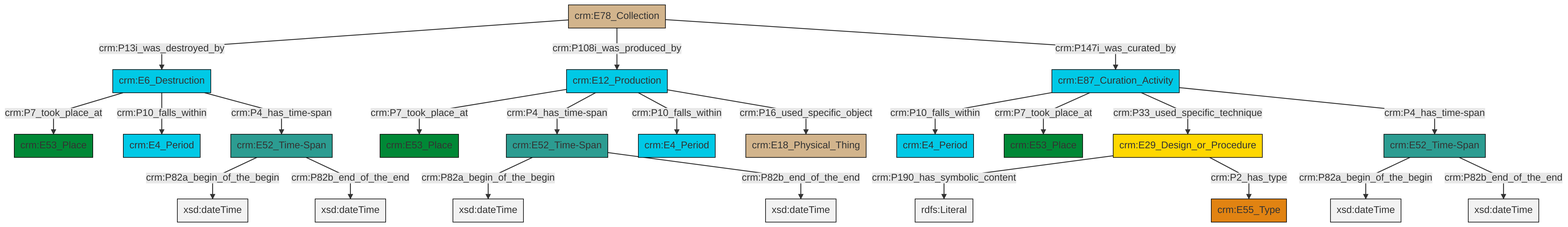
The Mermaid diagram et/archivalCSV/ttl/mmd/png/archival_existence.png in swiss-art-research-net/docs.swissartresearch, before a commit. Its source is kept beside it as et/archivalCSV/ttl/mmd/archival_existence.ttl.mmd.
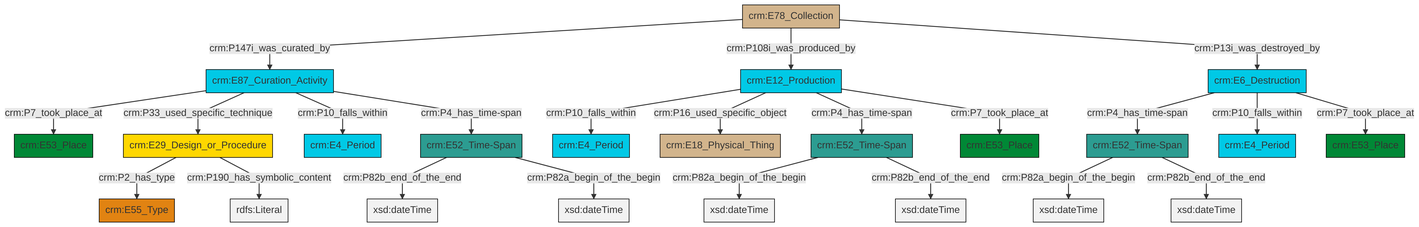
Later version of the same file.

Change to the diagram source:
```diff
@@ -13,25 +13,25 @@
 classDef PC_Classes fill:#4ce600, stroke:#000000;
 classDef Multi fill:#cccccc,stroke:#000000;
 
+0["crm:E12_Production"]:::Temporal_Entity -->|crm:P10_falls_within| 1["crm:E4_Period"]:::Temporal_Entity
 2["crm:E52_Time-Span"]:::Time-Span -->|crm:P82a_begin_of_the_begin| 3[xsd:dateTime]:::Literal
-4["crm:E87_Curation_Activity"]:::Temporal_Entity -->|crm:P10_falls_within| 5["crm:E4_Period"]:::Temporal_Entity
-6["crm:E52_Time-Span"]:::Time-Span -->|crm:P82a_begin_of_the_begin| 7[xsd:dateTime]:::Literal
-11["crm:E78_Collection"]:::Physical_Thing -->|crm:P13i_was_destroyed_by| 12["crm:E6_Destruction"]:::Temporal_Entity
-12["crm:E6_Destruction"]:::Temporal_Entity -->|crm:P7_took_place_at| 13["crm:E53_Place"]:::Place
-11["crm:E78_Collection"]:::Physical_Thing -->|crm:P108i_was_produced_by| 14["crm:E12_Production"]:::Temporal_Entity
-2["crm:E52_Time-Span"]:::Time-Span -->|crm:P82b_end_of_the_end| 15[xsd:dateTime]:::Literal
-14["crm:E12_Production"]:::Temporal_Entity -->|crm:P7_took_place_at| 8["crm:E53_Place"]:::Place
-18["crm:E52_Time-Span"]:::Time-Span -->|crm:P82a_begin_of_the_begin| 19[xsd:dateTime]:::Literal
-6["crm:E52_Time-Span"]:::Time-Span -->|crm:P82b_end_of_the_end| 20[xsd:dateTime]:::Literal
-18["crm:E52_Time-Span"]:::Time-Span -->|crm:P82b_end_of_the_end| 21[xsd:dateTime]:::Literal
-4["crm:E87_Curation_Activity"]:::Temporal_Entity -->|crm:P7_took_place_at| 22["crm:E53_Place"]:::Place
-12["crm:E6_Destruction"]:::Temporal_Entity -->|crm:P10_falls_within| 27["crm:E4_Period"]:::Temporal_Entity
-14["crm:E12_Production"]:::Temporal_Entity -->|crm:P4_has_time-span| 2["crm:E52_Time-Span"]:::Time-Span
-0["crm:E29_Design_or_Procedure"]:::Conceptual_Object -->|crm:P190_has_symbolic_content| 29[rdfs:Literal]:::Literal
-14["crm:E12_Production"]:::Temporal_Entity -->|crm:P10_falls_within| 30["crm:E4_Period"]:::Temporal_Entity
-4["crm:E87_Curation_Activity"]:::Temporal_Entity -->|crm:P33_used_specific_technique| 0["crm:E29_Design_or_Procedure"]:::Conceptual_Object
-12["crm:E6_Destruction"]:::Temporal_Entity -->|crm:P4_has_time-span| 6["crm:E52_Time-Span"]:::Time-Span
-4["crm:E87_Curation_Activity"]:::Temporal_Entity -->|crm:P4_has_time-span| 18["crm:E52_Time-Span"]:::Time-Span
-11["crm:E78_Collection"]:::Physical_Thing -->|crm:P147i_was_curated_by| 4["crm:E87_Curation_Activity"]:::Temporal_Entity
-0["crm:E29_Design_or_Procedure"]:::Conceptual_Object -->|crm:P2_has_type| 24["crm:E55_Type"]:::Type
-14["crm:E12_Production"]:::Temporal_Entity -->|crm:P16_used_specific_object| 34["crm:E18_Physical_Thing"]:::Physical_Thing
+0["crm:E12_Production"]:::Temporal_Entity -->|crm:P16_used_specific_object| 4["crm:E18_Physical_Thing"]:::Physical_Thing
+7["crm:E52_Time-Span"]:::Time-Span -->|crm:P82b_end_of_the_end| 8[xsd:dateTime]:::Literal
+10["crm:E87_Curation_Activity"]:::Temporal_Entity -->|crm:P7_took_place_at| 11["crm:E53_Place"]:::Place
+12["crm:E29_Design_or_Procedure"]:::Conceptual_Object -->|crm:P2_has_type| 13["crm:E55_Type"]:::Type
+7["crm:E52_Time-Span"]:::Time-Span -->|crm:P82a_begin_of_the_begin| 17[xsd:dateTime]:::Literal
+10["crm:E87_Curation_Activity"]:::Temporal_Entity -->|crm:P33_used_specific_technique| 12["crm:E29_Design_or_Procedure"]:::Conceptual_Object
+20["crm:E78_Collection"]:::Physical_Thing -->|crm:P147i_was_curated_by| 10["crm:E87_Curation_Activity"]:::Temporal_Entity
+18["crm:E6_Destruction"]:::Temporal_Entity -->|crm:P4_has_time-span| 23["crm:E52_Time-Span"]:::Time-Span
+10["crm:E87_Curation_Activity"]:::Temporal_Entity -->|crm:P10_falls_within| 24["crm:E4_Period"]:::Temporal_Entity
+10["crm:E87_Curation_Activity"]:::Temporal_Entity -->|crm:P4_has_time-span| 7["crm:E52_Time-Span"]:::Time-Span
+0["crm:E12_Production"]:::Temporal_Entity -->|crm:P4_has_time-span| 2["crm:E52_Time-Span"]:::Time-Span
+20["crm:E78_Collection"]:::Physical_Thing -->|crm:P108i_was_produced_by| 0["crm:E12_Production"]:::Temporal_Entity
+20["crm:E78_Collection"]:::Physical_Thing -->|crm:P13i_was_destroyed_by| 18["crm:E6_Destruction"]:::Temporal_Entity
+18["crm:E6_Destruction"]:::Temporal_Entity -->|crm:P10_falls_within| 28["crm:E4_Period"]:::Temporal_Entity
+12["crm:E29_Design_or_Procedure"]:::Conceptual_Object -->|crm:P190_has_symbolic_content| 33[rdfs:Literal]:::Literal
+2["crm:E52_Time-Span"]:::Time-Span -->|crm:P82b_end_of_the_end| 35[xsd:dateTime]:::Literal
+23["crm:E52_Time-Span"]:::Time-Span -->|crm:P82a_begin_of_the_begin| 36[xsd:dateTime]:::Literal
+18["crm:E6_Destruction"]:::Temporal_Entity -->|crm:P7_took_place_at| 5["crm:E53_Place"]:::Place
+23["crm:E52_Time-Span"]:::Time-Span -->|crm:P82b_end_of_the_end| 38[xsd:dateTime]:::Literal
+0["crm:E12_Production"]:::Temporal_Entity -->|crm:P7_took_place_at| 15["crm:E53_Place"]:::Place
```
